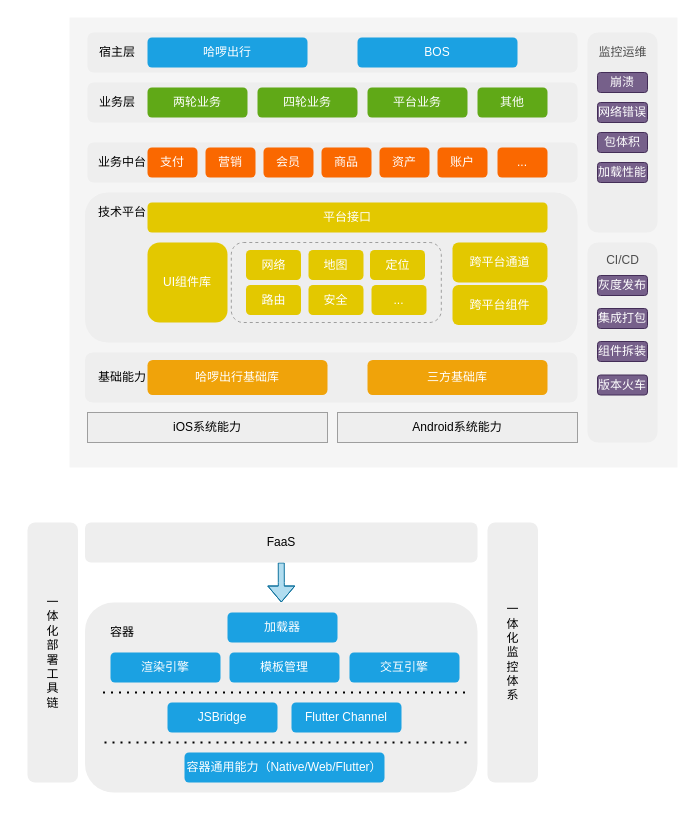
qiny/architecture_design keeps this draw.io diagram as Fass.drawio. Above is the earlier version. Source tidied: cells renumbered, new cells numbered last; positions are measured from the earlier drawing's top-left corner, leaving out a move shared by most shapes. Both pictures are drawn from the tidied source at 100%, with x=0, y=0 at pixel (17, 17).
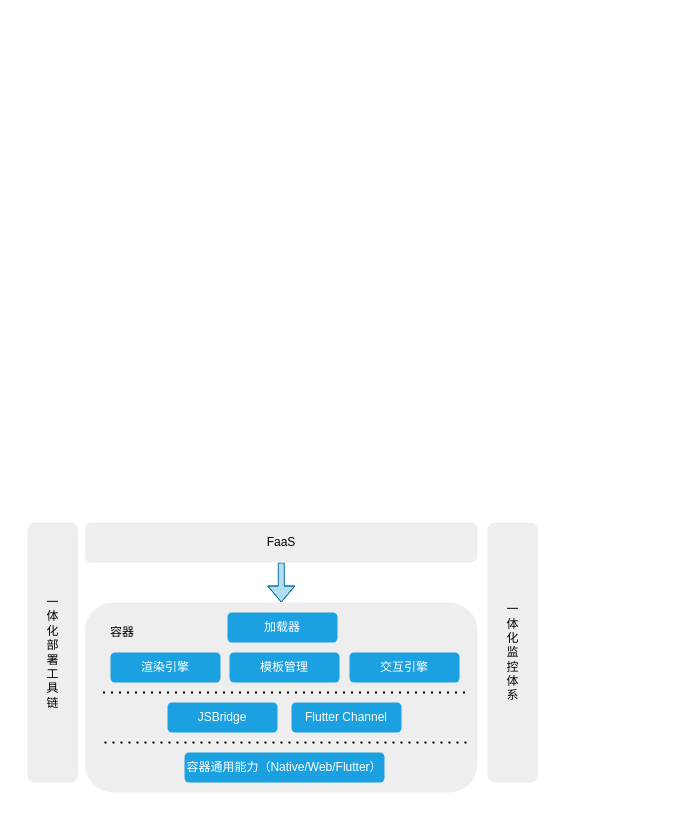
The same diagram, later.

The edit, as a diff of the source:
```diff
@@
-    <mxCell id="3" style="whiteSpace=wrap;html=1;rounded=0;fillColor=#f5f5f5;fontColor=#333333;strokeColor=none;" parent="1" vertex="1">
-      <mxGeometry x="52" width="608" height="450" as="geometry" />
-    </mxCell>
-    <mxCell id="4" style="rounded=1;whiteSpace=wrap;html=1;fillColor=#eeeeee;strokeColor=none;" parent="1" vertex="1">
-      <mxGeometry x="67.5" y="175" width="492.5" height="150" as="geometry" />
-    </mxCell>
-    <mxCell id="5" style="rounded=1;whiteSpace=wrap;html=1;fillColor=none;dashed=1;strokeColor=#9E9E9E;" parent="1" vertex="1">
-      <mxGeometry x="213.8" y="225" width="210" height="80" as="geometry" />
-    </mxCell>
-    <mxCell id="6" style="rounded=1;whiteSpace=wrap;html=1;fillColor=#eeeeee;strokeColor=none;" parent="1" vertex="1">
-      <mxGeometry x="70" y="15" width="490" height="40" as="geometry" />
-    </mxCell>
-    <mxCell id="7" value="&lt;font&gt;BOS&lt;/font&gt;" style="text;html=1;align=center;verticalAlign=middle;whiteSpace=wrap;rounded=1;fillColor=#1ba1e2;fontColor=#FFFFFF;" parent="1" vertex="1">
-      <mxGeometry x="340" y="20" width="160" height="30" as="geometry" />
-    </mxCell>
-    <mxCell id="8" value="宿主层" style="text;html=1;strokeColor=none;fillColor=none;align=center;verticalAlign=middle;whiteSpace=wrap;rounded=0;" parent="1" vertex="1">
-      <mxGeometry x="80" y="25" width="40" height="20" as="geometry" />
-    </mxCell>
-    <mxCell id="9" style="rounded=1;whiteSpace=wrap;html=1;fillColor=#eeeeee;strokeColor=none;" parent="1" vertex="1">
-      <mxGeometry x="70" y="65" width="490" height="40" as="geometry" />
-    </mxCell>
-    <mxCell id="10" value="业务层" style="text;html=1;strokeColor=none;fillColor=none;align=center;verticalAlign=middle;whiteSpace=wrap;rounded=0;" parent="1" vertex="1">
-      <mxGeometry x="80" y="75" width="40" height="20" as="geometry" />
-    </mxCell>
-    <mxCell id="11" value="&lt;font&gt;两轮业务&lt;/font&gt;" style="rounded=1;whiteSpace=wrap;html=1;fillColor=#60a917;strokeColor=none;fontColor=#FFFFFF;" parent="1" vertex="1">
-      <mxGeometry x="130" y="70" width="100" height="30" as="geometry" />
-    </mxCell>
-    <mxCell id="12" value="&lt;font&gt;哈啰出行&lt;/font&gt;" style="text;html=1;align=center;verticalAlign=middle;whiteSpace=wrap;rounded=1;fillColor=#1ba1e2;fontColor=#FFFFFF;" parent="1" vertex="1">
-      <mxGeometry x="130" y="20" width="160" height="30" as="geometry" />
-    </mxCell>
-    <mxCell id="13" value="&lt;font&gt;四轮业务&lt;/font&gt;" style="rounded=1;whiteSpace=wrap;html=1;fillColor=#60a917;strokeColor=none;fontColor=#FFFFFF;" parent="1" vertex="1">
-      <mxGeometry x="240" y="70" width="100" height="30" as="geometry" />
-    </mxCell>
-    <mxCell id="14" value="&lt;font&gt;平台业务&lt;/font&gt;" style="rounded=1;whiteSpace=wrap;html=1;fillColor=#60a917;strokeColor=none;fontColor=#FFFFFF;" parent="1" vertex="1">
-      <mxGeometry x="350" y="70" width="100" height="30" as="geometry" />
-    </mxCell>
-    <mxCell id="15" value="其他" style="rounded=1;whiteSpace=wrap;html=1;fillColor=#60a917;strokeColor=none;fontColor=#FFFFFF;" parent="1" vertex="1">
-      <mxGeometry x="460" y="70" width="70" height="30" as="geometry" />
-    </mxCell>
-    <mxCell id="16" style="rounded=1;whiteSpace=wrap;html=1;fillColor=#eeeeee;strokeColor=none;" parent="1" vertex="1">
-      <mxGeometry x="70" y="125" width="490" height="40" as="geometry" />
-    </mxCell>
-    <mxCell id="17" value="业务中台" style="text;html=1;strokeColor=none;fillColor=none;align=center;verticalAlign=middle;whiteSpace=wrap;rounded=0;" parent="1" vertex="1">
-      <mxGeometry x="80" y="135" width="50" height="20" as="geometry" />
-    </mxCell>
-    <mxCell id="18" value="支付" style="rounded=1;whiteSpace=wrap;html=1;fillColor=#fa6800;fontColor=#ffffff;strokeColor=none;" parent="1" vertex="1">
-      <mxGeometry x="130" y="130" width="50" height="30" as="geometry" />
-    </mxCell>
-    <mxCell id="19" value="营销" style="rounded=1;whiteSpace=wrap;html=1;fillColor=#fa6800;fontColor=#ffffff;strokeColor=none;" parent="1" vertex="1">
-      <mxGeometry x="188" y="130" width="50" height="30" as="geometry" />
-    </mxCell>
-    <mxCell id="20" value="会员" style="rounded=1;whiteSpace=wrap;html=1;fillColor=#fa6800;fontColor=#ffffff;strokeColor=none;" parent="1" vertex="1">
-      <mxGeometry x="246" y="130" width="50" height="30" as="geometry" />
-    </mxCell>
-    <mxCell id="21" value="资产" style="rounded=1;whiteSpace=wrap;html=1;fillColor=#fa6800;fontColor=#ffffff;strokeColor=none;" parent="1" vertex="1">
-      <mxGeometry x="362" y="130" width="50" height="30" as="geometry" />
-    </mxCell>
-    <mxCell id="22" value="商品" style="rounded=1;whiteSpace=wrap;html=1;fillColor=#fa6800;fontColor=#ffffff;strokeColor=none;" parent="1" vertex="1">
-      <mxGeometry x="304" y="130" width="50" height="30" as="geometry" />
-    </mxCell>
-    <mxCell id="23" value="账户" style="rounded=1;whiteSpace=wrap;html=1;fillColor=#fa6800;fontColor=#ffffff;strokeColor=none;" parent="1" vertex="1">
-      <mxGeometry x="420" y="130" width="50" height="30" as="geometry" />
-    </mxCell>
-    <mxCell id="24" value="..." style="rounded=1;whiteSpace=wrap;html=1;fillColor=#fa6800;fontColor=#ffffff;strokeColor=none;" parent="1" vertex="1">
-      <mxGeometry x="480" y="130" width="50" height="30" as="geometry" />
-    </mxCell>
-    <mxCell id="25" value="技术平台" style="text;html=1;strokeColor=none;fillColor=none;align=center;verticalAlign=middle;whiteSpace=wrap;rounded=0;" parent="1" vertex="1">
-      <mxGeometry x="80" y="185" width="50" height="20" as="geometry" />
-    </mxCell>
-    <mxCell id="26" value="平台接口" style="rounded=1;whiteSpace=wrap;html=1;fillColor=#e3c800;fontColor=#ffffff;strokeColor=none;" parent="1" vertex="1">
-      <mxGeometry x="130" y="185" width="400" height="30" as="geometry" />
-    </mxCell>
-    <mxCell id="27" value="UI组件库" style="whiteSpace=wrap;html=1;rounded=1;fillColor=#e3c800;fontColor=#ffffff;strokeColor=none;" parent="1" vertex="1">
-      <mxGeometry x="130" y="225" width="80" height="80" as="geometry" />
-    </mxCell>
-    <mxCell id="28" value="网络" style="rounded=1;whiteSpace=wrap;html=1;fillColor=#e3c800;fontColor=#ffffff;strokeColor=none;" parent="1" vertex="1">
-      <mxGeometry x="228.5" y="232.5" width="55" height="30" as="geometry" />
-    </mxCell>
-    <mxCell id="29" value="地图" style="rounded=1;whiteSpace=wrap;html=1;fillColor=#e3c800;fontColor=#ffffff;strokeColor=none;" parent="1" vertex="1">
-      <mxGeometry x="291" y="232.5" width="55" height="30" as="geometry" />
-    </mxCell>
-    <mxCell id="30" value="定位" style="rounded=1;whiteSpace=wrap;html=1;fillColor=#e3c800;fontColor=#ffffff;strokeColor=none;" parent="1" vertex="1">
-      <mxGeometry x="352.5" y="232.5" width="55" height="30" as="geometry" />
-    </mxCell>
-    <mxCell id="31" value="路由" style="rounded=1;whiteSpace=wrap;html=1;fillColor=#e3c800;fontColor=#ffffff;strokeColor=none;" parent="1" vertex="1">
-      <mxGeometry x="228.5" y="267.5" width="55" height="30" as="geometry" />
-    </mxCell>
-    <mxCell id="32" value="安全" style="rounded=1;whiteSpace=wrap;html=1;fillColor=#e3c800;fontColor=#ffffff;strokeColor=none;" parent="1" vertex="1">
-      <mxGeometry x="291" y="267.5" width="55" height="30" as="geometry" />
-    </mxCell>
-    <mxCell id="33" value="..." style="rounded=1;whiteSpace=wrap;html=1;fillColor=#e3c800;fontColor=#ffffff;strokeColor=none;" parent="1" vertex="1">
-      <mxGeometry x="354" y="267.5" width="55" height="30" as="geometry" />
-    </mxCell>
-    <mxCell id="34" value="跨平台通道" style="rounded=1;whiteSpace=wrap;html=1;dashed=1;fillColor=#e3c800;fontColor=#ffffff;strokeColor=none;" parent="1" vertex="1">
-      <mxGeometry x="435" y="225" width="95" height="40" as="geometry" />
-    </mxCell>
-    <mxCell id="35" value="跨平台组件" style="rounded=1;whiteSpace=wrap;html=1;dashed=1;fillColor=#e3c800;fontColor=#ffffff;strokeColor=none;" parent="1" vertex="1">
-      <mxGeometry x="435" y="267.5" width="95" height="40" as="geometry" />
-    </mxCell>
-    <mxCell id="36" style="rounded=1;whiteSpace=wrap;html=1;fillColor=#eeeeee;strokeColor=none;" parent="1" vertex="1">
-      <mxGeometry x="67.5" y="335" width="492.5" height="50" as="geometry" />
-    </mxCell>
-    <mxCell id="37" value="基础能力" style="text;html=1;strokeColor=none;fillColor=none;align=center;verticalAlign=middle;whiteSpace=wrap;rounded=0;" parent="1" vertex="1">
-      <mxGeometry x="80" y="350" width="50" height="20" as="geometry" />
-    </mxCell>
-    <mxCell id="38" value="哈啰出行基础库" style="rounded=1;whiteSpace=wrap;html=1;dashed=1;fillColor=#f0a30a;fontColor=#ffffff;strokeColor=none;" parent="1" vertex="1">
-      <mxGeometry x="130" y="342.5" width="180" height="35" as="geometry" />
-    </mxCell>
-    <mxCell id="39" value="三方基础库" style="rounded=1;whiteSpace=wrap;html=1;dashed=1;fillColor=#f0a30a;fontColor=#ffffff;strokeColor=none;" parent="1" vertex="1">
-      <mxGeometry x="350" y="342.5" width="180" height="35" as="geometry" />
-    </mxCell>
-    <mxCell id="40" value="iOS系统能力" style="rounded=0;whiteSpace=wrap;html=1;fillColor=#EEEEEE;strokeColor=#9E9E9E;" parent="1" vertex="1">
-      <mxGeometry x="70" y="395" width="240" height="30" as="geometry" />
-    </mxCell>
-    <mxCell id="41" value="Android系统能力" style="rounded=0;whiteSpace=wrap;html=1;fillColor=#eeeeee;strokeColor=#9E9E9E;" parent="1" vertex="1">
-      <mxGeometry x="320" y="395" width="240" height="30" as="geometry" />
-    </mxCell>
-    <mxCell id="42" style="rounded=1;whiteSpace=wrap;html=1;fillColor=#eeeeee;strokeColor=none;" parent="1" vertex="1">
-      <mxGeometry x="570" y="15" width="70" height="200" as="geometry" />
-    </mxCell>
-    <mxCell id="43" value="&lt;font color=&quot;#4d4d4d&quot;&gt;监控运维&lt;/font&gt;" style="text;html=1;strokeColor=none;fillColor=none;align=center;verticalAlign=middle;whiteSpace=wrap;rounded=0;fontColor=#FFFFFF;" parent="1" vertex="1">
-      <mxGeometry x="577.5" y="25" width="55" height="20" as="geometry" />
-    </mxCell>
-    <mxCell id="44" style="rounded=1;whiteSpace=wrap;html=1;fillColor=#eeeeee;strokeColor=none;" parent="1" vertex="1">
-      <mxGeometry x="570" y="225" width="70" height="200" as="geometry" />
-    </mxCell>
-    <mxCell id="45" value="&lt;font color=&quot;#4d4d4d&quot;&gt;CI/CD&lt;/font&gt;" style="text;html=1;strokeColor=none;fillColor=none;align=center;verticalAlign=middle;whiteSpace=wrap;rounded=0;fontColor=#FFFFFF;" parent="1" vertex="1">
-      <mxGeometry x="577.5" y="232.5" width="55" height="20" as="geometry" />
-    </mxCell>
-    <mxCell id="46" value="崩溃" style="rounded=1;whiteSpace=wrap;html=1;fillColor=#76608a;strokeColor=#432D57;fontColor=#ffffff;" parent="1" vertex="1">
-      <mxGeometry x="580" y="55" width="50" height="20" as="geometry" />
-    </mxCell>
-    <mxCell id="47" value="网络错误" style="rounded=1;whiteSpace=wrap;html=1;fillColor=#76608a;strokeColor=#432D57;fontColor=#ffffff;" parent="1" vertex="1">
-      <mxGeometry x="580" y="85" width="50" height="20" as="geometry" />
-    </mxCell>
-    <mxCell id="48" value="包体积" style="rounded=1;whiteSpace=wrap;html=1;fillColor=#76608a;strokeColor=#432D57;fontColor=#ffffff;" parent="1" vertex="1">
-      <mxGeometry x="580" y="115" width="50" height="20" as="geometry" />
-    </mxCell>
-    <mxCell id="49" value="加载性能" style="rounded=1;whiteSpace=wrap;html=1;fillColor=#76608a;strokeColor=#432D57;fontColor=#ffffff;" parent="1" vertex="1">
-      <mxGeometry x="580" y="145" width="50" height="20" as="geometry" />
-    </mxCell>
-    <mxCell id="50" value="灰度发布" style="rounded=1;whiteSpace=wrap;html=1;fillColor=#76608a;strokeColor=#432D57;fontColor=#ffffff;" parent="1" vertex="1">
-      <mxGeometry x="580" y="258" width="50" height="20" as="geometry" />
-    </mxCell>
-    <mxCell id="51" value="集成打包" style="rounded=1;whiteSpace=wrap;html=1;fillColor=#76608a;strokeColor=#432D57;fontColor=#ffffff;" parent="1" vertex="1">
-      <mxGeometry x="580" y="291" width="50" height="20" as="geometry" />
-    </mxCell>
-    <mxCell id="52" value="组件拆装" style="rounded=1;whiteSpace=wrap;html=1;fillColor=#76608a;strokeColor=#432D57;fontColor=#ffffff;" parent="1" vertex="1">
-      <mxGeometry x="580" y="324" width="50" height="20" as="geometry" />
-    </mxCell>
-    <mxCell id="53" value="版本火车" style="rounded=1;whiteSpace=wrap;html=1;fillColor=#76608a;strokeColor=#432D57;fontColor=#ffffff;" parent="1" vertex="1">
-      <mxGeometry x="580" y="357.5" width="50" height="20" as="geometry" />
-    </mxCell>
```
